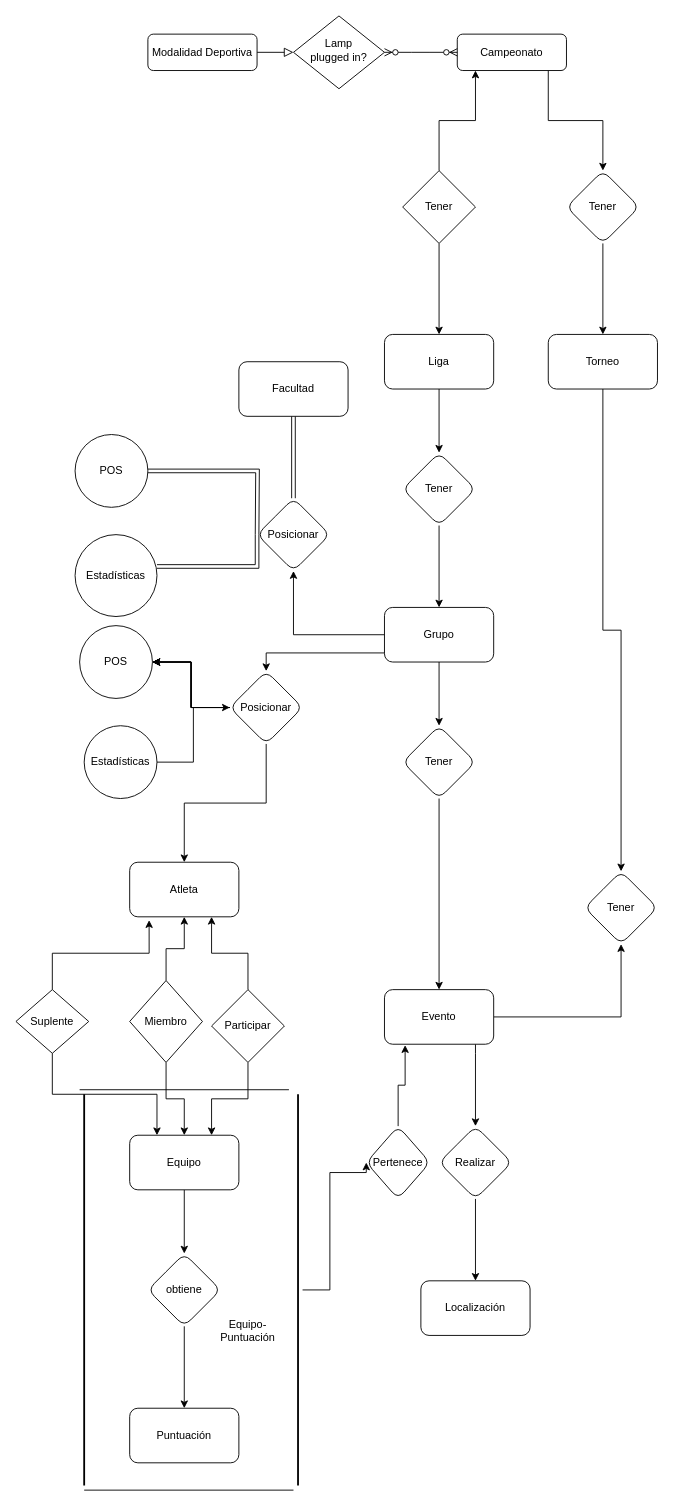
vicmc99/uh-games-page keeps this draw.io diagram as DataBasesModels/Caribes_Enfrentamiento.drawio. Above is the earlier version. Source tidied: cells renumbered, new cells numbered last; positions are measured from the earlier drawing's top-left corner, leaving out a move shared by most shapes. Both pictures are drawn from the tidied source at 91%, with x=0, y=0 at pixel (15, 15).
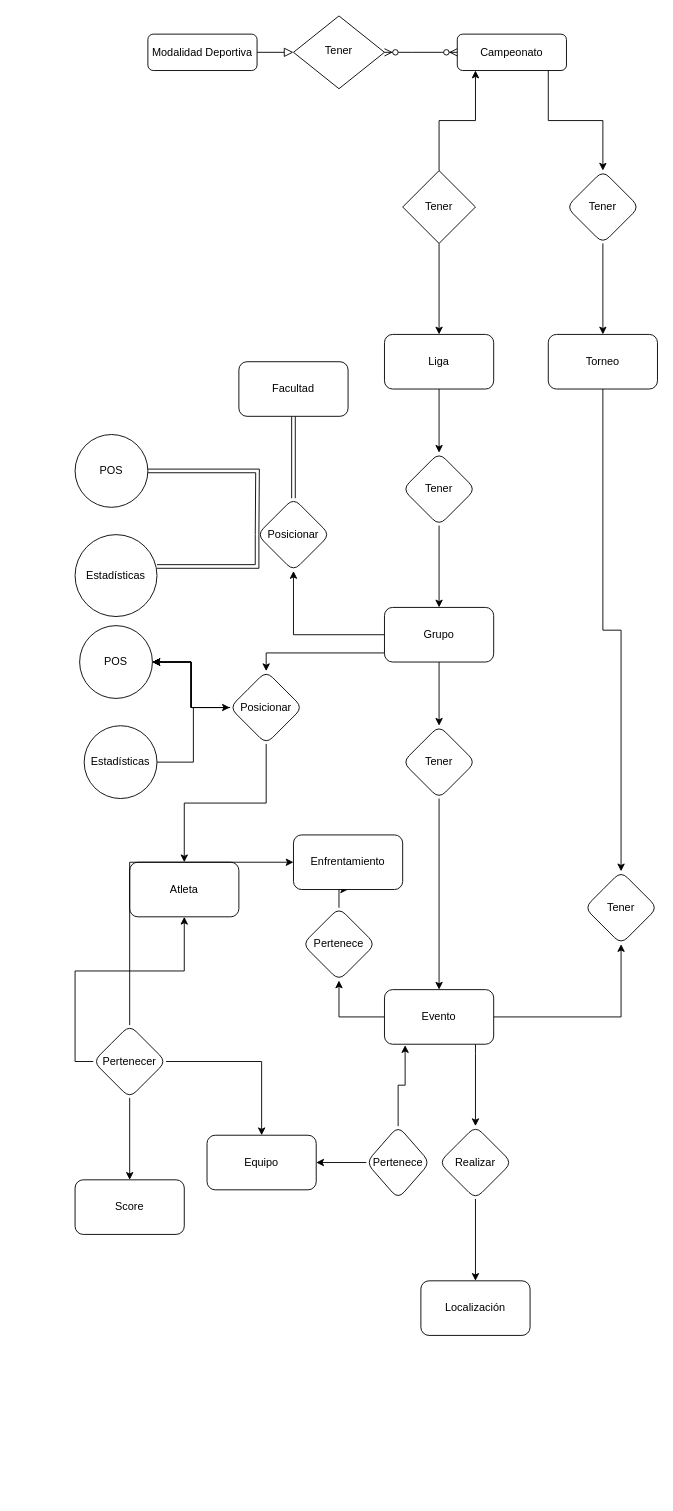
Above is the later version.

The change refers to these unchanged cells:
```xml
<mxCell id="26" value="Evento" style="whiteSpace=wrap;html=1;rounded=1;glass=0;strokeWidth=1;shadow=0;" parent="1" vertex="1">
  <mxGeometry x="405" y="1070" width="120" height="60" as="geometry" />
</mxCell>
<mxCell id="38" value="Atleta" style="whiteSpace=wrap;html=1;rounded=1;glass=0;strokeWidth=1;shadow=0;" parent="1" vertex="1">
  <mxGeometry x="125" y="930" width="120" height="60" as="geometry" />
</mxCell>
<mxCell id="61" value="Pertenece" style="rhombus;whiteSpace=wrap;html=1;rounded=1;glass=0;strokeWidth=1;shadow=0;" parent="1" vertex="1">
  <mxGeometry x="385" y="1220" width="70" height="80" as="geometry" />
</mxCell>
```

Diff of the diagram source:
```diff
@@
-    <mxCell id="4" value="Lamp&lt;br&gt;plugged in?" style="rhombus;whiteSpace=wrap;html=1;shadow=0;fontFamily=Helvetica;fontSize=12;align=center;strokeWidth=1;spacing=6;spacingTop=-4;" parent="1" vertex="1">
+    <mxCell id="4" value="Tener" style="rhombus;whiteSpace=wrap;html=1;shadow=0;fontFamily=Helvetica;fontSize=12;align=center;strokeWidth=1;spacing=6;spacingTop=-4;" parent="1" vertex="1">
       <mxGeometry x="305" width="100" height="80" as="geometry" />
     </mxCell>
@@
+    <mxCell id="72" style="edgeStyle=orthogonalEdgeStyle;rounded=0;jettySize=auto;html=1;" parent="1" edge="1" source="26" target="75">
+      <mxGeometry relative="1" as="geometry" />
+    </mxCell>
@@
-    <mxCell id="46" style="edgeStyle=orthogonalEdgeStyle;rounded=0;jettySize=auto;html=1;" parent="1" edge="1" source="47" target="53">
-      <mxGeometry relative="1" as="geometry" />
-    </mxCell>
-    <mxCell id="47" value="Equipo" style="whiteSpace=wrap;html=1;rounded=1;glass=0;strokeWidth=1;shadow=0;" parent="1" vertex="1">
-      <mxGeometry x="125" y="1230" width="120" height="60" as="geometry" />
-    </mxCell>
@@
-    <mxCell id="52" style="edgeStyle=orthogonalEdgeStyle;rounded=0;jettySize=auto;html=1;" parent="1" edge="1" source="53" target="54">
-      <mxGeometry relative="1" as="geometry" />
-    </mxCell>
-    <mxCell id="53" value="obtiene" style="rhombus;whiteSpace=wrap;html=1;rounded=1;glass=0;strokeWidth=1;shadow=0;" parent="1" vertex="1">
-      <mxGeometry x="145" y="1360" width="80" height="80" as="geometry" />
-    </mxCell>
-    <mxCell id="54" value="Puntuación" style="whiteSpace=wrap;html=1;rounded=1;glass=0;strokeWidth=1;shadow=0;" parent="1" vertex="1">
-      <mxGeometry x="125" y="1530" width="120" height="60" as="geometry" />
-    </mxCell>
-    <mxCell id="55" style="line;strokeWidth=2;direction=south;html=1;" parent="1" vertex="1">
-      <mxGeometry x="70" y="1185" width="10" height="430" as="geometry" />
-    </mxCell>
-    <mxCell id="56" style="edgeStyle=orthogonalEdgeStyle;rounded=0;jettySize=auto;html=1;entryX=0;entryY=0.5;entryDx=0;entryDy=0;" parent="1" edge="1" source="57" target="61">
-      <mxGeometry relative="1" as="geometry">
-        <Array as="points">
-          <mxPoint x="345" y="1400" />
-          <mxPoint x="345" y="1271" />
-          <mxPoint x="385" y="1271" />
-        </Array>
-      </mxGeometry>
-    </mxCell>
-    <mxCell id="57" style="line;strokeWidth=2;direction=south;html=1;" parent="1" vertex="1">
-      <mxGeometry x="305" y="1185" width="10" height="430" as="geometry" />
-    </mxCell>
-    <mxCell id="58" style="line;strokeWidth=1;dashed=0;labelPosition=right;align=left;verticalAlign=middle;spacingTop=0;spacingLeft=6;" parent="1" vertex="1">
-      <mxGeometry x="75" y="1615" width="230" height="10" as="geometry" />
-    </mxCell>
-    <mxCell id="59" style="line;strokeWidth=1;dashed=0;labelPosition=right;align=left;verticalAlign=middle;spacingTop=0;spacingLeft=6;" parent="1" vertex="1">
-      <mxGeometry x="70" y="1175" width="230" height="10" as="geometry" />
-    </mxCell>
-    <mxCell id="60" value="Equipo-Puntuación" style="text;html=1;strokeColor=none;fillColor=none;align=center;verticalAlign=middle;whiteSpace=wrap;rounded=0;" parent="1" vertex="1">
-      <mxGeometry x="225" y="1430" width="60" height="30" as="geometry" />
-    </mxCell>
+    <mxCell id="73" style="edgeStyle=orthogonalEdgeStyle;rounded=0;jettySize=auto;html=1;" parent="1" edge="1" source="61" target="47">
+      <mxGeometry relative="1" as="geometry" />
+    </mxCell>
@@
-    <mxCell id="63" style="edgeStyle=orthogonalEdgeStyle;rounded=0;jettySize=auto;html=1;exitX=0.5;exitY=1;exitDx=0;exitDy=0;entryX=0.75;entryY=0;entryDx=0;entryDy=0;" parent="1" edge="1" source="65" target="47">
-      <mxGeometry relative="1" as="geometry" />
-    </mxCell>
-    <mxCell id="64" style="edgeStyle=orthogonalEdgeStyle;rounded=0;jettySize=auto;html=1;exitX=0.5;exitY=0;exitDx=0;exitDy=0;entryX=0.75;entryY=1;entryDx=0;entryDy=0;" parent="1" edge="1" source="65" target="38">
-      <mxGeometry relative="1" as="geometry" />
-    </mxCell>
-    <mxCell id="65" value="Participar&lt;br&gt;" style="rhombus;whiteSpace=wrap;html=1;" parent="1" vertex="1">
-      <mxGeometry x="215" y="1070" width="80" height="80" as="geometry" />
-    </mxCell>
-    <mxCell id="66" style="edgeStyle=orthogonalEdgeStyle;rounded=0;jettySize=auto;html=1;" parent="1" edge="1" source="68" target="38">
-      <mxGeometry relative="1" as="geometry" />
-    </mxCell>
-    <mxCell id="67" style="edgeStyle=orthogonalEdgeStyle;rounded=0;jettySize=auto;html=1;exitX=0.5;exitY=1;exitDx=0;exitDy=0;entryX=0.5;entryY=0;entryDx=0;entryDy=0;" parent="1" edge="1" source="68" target="47">
-      <mxGeometry relative="1" as="geometry" />
-    </mxCell>
-    <mxCell id="68" value="Miembro" style="rhombus;whiteSpace=wrap;html=1;" parent="1" vertex="1">
-      <mxGeometry x="125" y="1060" width="80" height="90" as="geometry" />
-    </mxCell>
-    <mxCell id="69" style="edgeStyle=orthogonalEdgeStyle;rounded=0;jettySize=auto;html=1;exitX=0.5;exitY=1;exitDx=0;exitDy=0;entryX=0.25;entryY=0;entryDx=0;entryDy=0;" parent="1" edge="1" source="70" target="47">
-      <mxGeometry relative="1" as="geometry" />
-    </mxCell>
-    <mxCell id="70" value="Suplente" style="rhombus;whiteSpace=wrap;html=1;" parent="1" vertex="1">
-      <mxGeometry y="1070" width="80" height="70" as="geometry" />
-    </mxCell>
-    <mxCell id="71" style="edgeStyle=orthogonalEdgeStyle;rounded=0;jettySize=auto;html=1;exitX=0.5;exitY=0;exitDx=0;exitDy=0;entryX=0.178;entryY=1.061;entryDx=0;entryDy=0;entryPerimeter=0;" parent="1" edge="1" source="70" target="38">
-      <mxGeometry relative="1" as="geometry" />
-    </mxCell>
+    <mxCell id="47" value="Equipo" style="whiteSpace=wrap;html=1;rounded=1;glass=0;strokeWidth=1;shadow=0;" parent="1" vertex="1">
+      <mxGeometry x="210" y="1230" width="120" height="60" as="geometry" />
+    </mxCell>
+    <mxCell id="74" style="edgeStyle=orthogonalEdgeStyle;rounded=0;jettySize=auto;html=1;" parent="1" edge="1" source="75" target="76">
+      <mxGeometry relative="1" as="geometry" />
+    </mxCell>
+    <mxCell id="75" value="Pertenece" style="rhombus;whiteSpace=wrap;html=1;rounded=1;glass=0;strokeWidth=1;shadow=0;" parent="1" vertex="1">
+      <mxGeometry x="315" y="980" width="80" height="80" as="geometry" />
+    </mxCell>
+    <mxCell id="76" value="Enfrentamiento" style="whiteSpace=wrap;html=1;rounded=1;glass=0;strokeWidth=1;shadow=0;" parent="1" vertex="1">
+      <mxGeometry x="305" y="900" width="120" height="60" as="geometry" />
+    </mxCell>
+    <mxCell id="77" style="edgeStyle=orthogonalEdgeStyle;rounded=0;jettySize=auto;html=1;" parent="1" edge="1" source="81" target="47">
+      <mxGeometry relative="1" as="geometry" />
+    </mxCell>
+    <mxCell id="78" style="edgeStyle=orthogonalEdgeStyle;rounded=0;jettySize=auto;html=1;exitX=0.5;exitY=0;exitDx=0;exitDy=0;entryX=0;entryY=0.5;entryDx=0;entryDy=0;" parent="1" edge="1" source="81" target="76">
+      <mxGeometry relative="1" as="geometry" />
+    </mxCell>
+    <mxCell id="79" style="edgeStyle=orthogonalEdgeStyle;rounded=0;jettySize=auto;html=1;exitX=0;exitY=0.5;exitDx=0;exitDy=0;entryX=0.5;entryY=1;entryDx=0;entryDy=0;" parent="1" edge="1" source="81" target="38">
+      <mxGeometry relative="1" as="geometry" />
+    </mxCell>
+    <mxCell id="80" style="edgeStyle=orthogonalEdgeStyle;rounded=0;jettySize=auto;html=1;" parent="1" edge="1" source="81" target="82">
+      <mxGeometry relative="1" as="geometry" />
+    </mxCell>
+    <mxCell id="81" value="Pertenecer" style="rhombus;whiteSpace=wrap;html=1;rounded=1;glass=0;strokeWidth=1;shadow=0;" parent="1" vertex="1">
+      <mxGeometry x="85" y="1109" width="80" height="80" as="geometry" />
+    </mxCell>
+    <mxCell id="82" value="Score" style="whiteSpace=wrap;html=1;rounded=1;glass=0;strokeWidth=1;shadow=0;" parent="1" vertex="1">
+      <mxGeometry x="65" y="1279" width="120" height="60" as="geometry" />
+    </mxCell>
```
